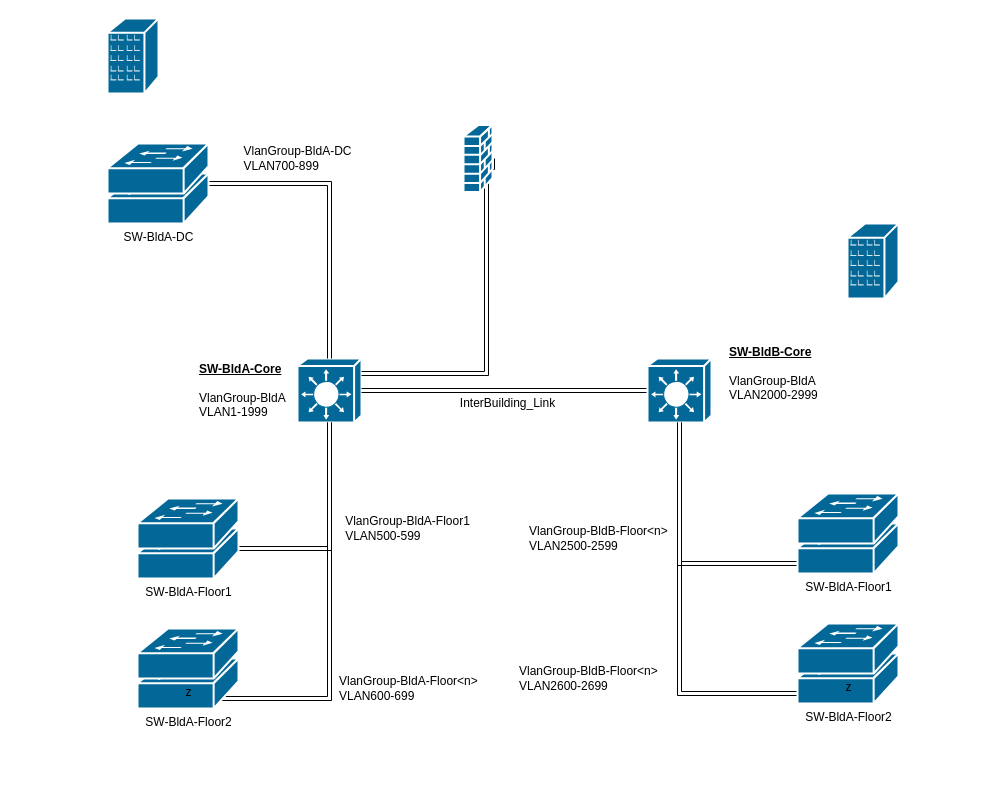
Before: Untitled Diagram.drawio in jcralbino/shared, a draw.io diagram. Source tidied: cells renumbered, new cells numbered last; positions are measured from the earlier drawing's top-left corner, leaving out a move shared by most shapes. Both pictures are drawn from the tidied source at 100%, with x=0, y=0 at pixel (107, 18).
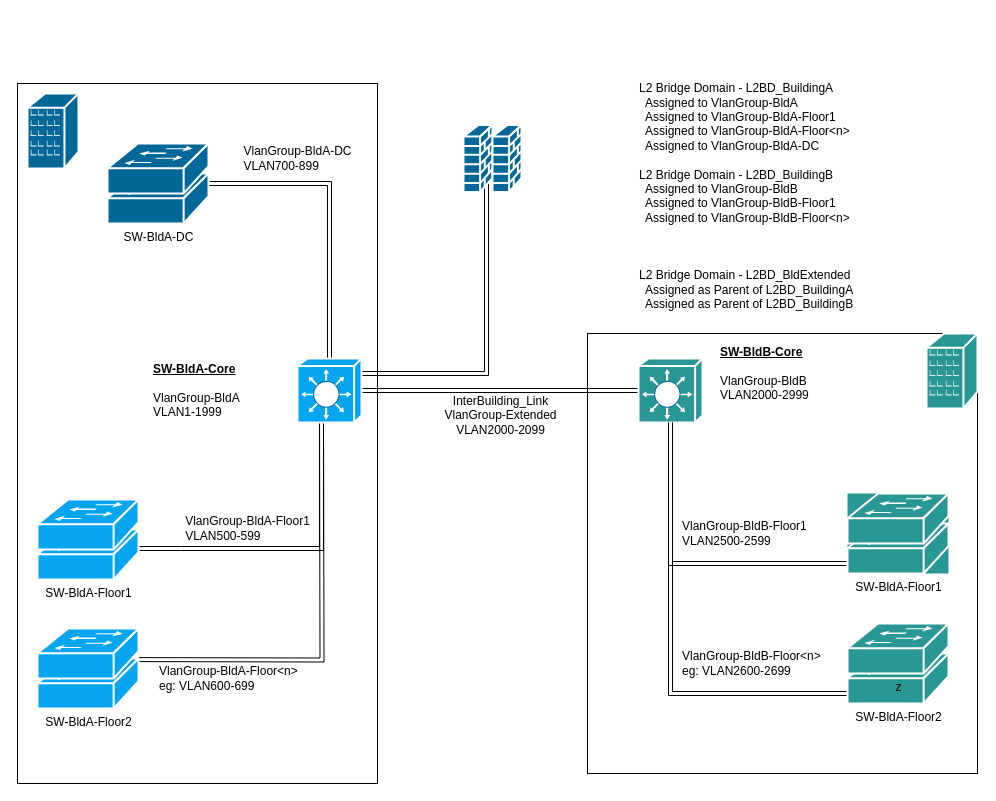
The same page after the edit.

What changed in the source:
```diff
@@
-    <mxCell id="2" style="shape=mxgraph.cisco.buildings.branch_office;sketch=0;html=1;dashed=0;fillColor=#036897;strokeColor=#ffffff;strokeWidth=2;verticalLabelPosition=bottom;verticalAlign=top;align=center;" parent="1" vertex="1">
-      <mxGeometry width="51" height="75" as="geometry" />
-    </mxCell>
-    <mxCell id="3" style="shape=mxgraph.cisco.buildings.branch_office;sketch=0;html=1;dashed=0;fillColor=#036897;strokeColor=#ffffff;strokeWidth=2;verticalLabelPosition=bottom;verticalAlign=top;align=center;" parent="1" vertex="1">
-      <mxGeometry x="740" y="205" width="51" height="75" as="geometry" />
-    </mxCell>
-    <mxCell id="4" style="shape=mxgraph.cisco.switches.layer_3_switch;sketch=0;html=1;dashed=0;fillColor=#036897;strokeColor=#ffffff;strokeWidth=2;verticalLabelPosition=bottom;verticalAlign=top;align=center;outlineConnect=0;" parent="1" vertex="1">
-      <mxGeometry x="190" y="340" width="64" height="64" as="geometry" />
-    </mxCell>
+    <mxCell id="37" style="whiteSpace=wrap;html=1;shadow=0;" parent="1" vertex="1">
+      <mxGeometry x="480" y="315" width="390" height="440" as="geometry" />
+    </mxCell>
+    <mxCell id="38" style="whiteSpace=wrap;html=1;" parent="1" vertex="1">
+      <mxGeometry x="-90" y="65" width="360" height="700" as="geometry" />
+    </mxCell>
-    <mxCell id="5" style="edgeStyle=orthogonalEdgeStyle;rounded=0;jettySize=auto;html=1;exitX=0.5;exitY=0.98;exitDx=0;exitDy=0;exitPerimeter=0;shape=link;" parent="1" edge="1" source="8" target="4">
+    <mxCell id="5" style="edgeStyle=orthogonalEdgeStyle;rounded=0;jettySize=auto;html=1;exitX=0.5;exitY=0.98;exitDx=0;exitDy=0;exitPerimeter=0;shape=link;" parent="1" edge="1" source="8">
       <mxGeometry relative="1" as="geometry">
+        <mxPoint x="214" y="404" as="targetPoint" />
         <Array as="points">
-          <mxPoint x="81" y="530" />
-          <mxPoint x="222" y="530" />
+          <mxPoint x="73" y="530" />
+          <mxPoint x="214" y="530" />
         </Array>
       </mxGeometry>
     </mxCell>
-    <mxCell id="6" style="group;" parent="1" vertex="1">
-      <mxGeometry x="30" y="480" width="101" height="80" as="geometry" />
+    <mxCell id="6" style="group;fillColor=#FFFFFF;" parent="1" vertex="1">
+      <mxGeometry x="-70" y="481" width="101" height="80" as="geometry" />
     </mxCell>
-    <mxCell id="7" value="SW-BldA-Floor1" style="shape=mxgraph.cisco.switches.workgroup_switch;sketch=0;html=1;dashed=0;fillColor=#036897;strokeColor=#ffffff;strokeWidth=2;verticalLabelPosition=bottom;verticalAlign=top;align=center;" parent="6" vertex="1">
+    <mxCell id="7" value="SW-BldA-Floor1" style="shape=mxgraph.cisco.switches.workgroup_switch;sketch=0;html=1;dashed=0;fillColor=#05A5F0;strokeColor=#ffffff;strokeWidth=2;verticalLabelPosition=bottom;verticalAlign=top;align=center;" parent="6" vertex="1">
       <mxGeometry y="30" width="101" height="50" as="geometry" />
     </mxCell>
-    <mxCell id="8" style="shape=mxgraph.cisco.switches.workgroup_switch;sketch=0;html=1;dashed=0;fillColor=#036897;strokeColor=#ffffff;strokeWidth=2;verticalLabelPosition=bottom;verticalAlign=top;align=center;outlineConnect=0;" parent="6" vertex="1">
+    <mxCell id="8" style="shape=mxgraph.cisco.switches.workgroup_switch;sketch=0;html=1;dashed=0;fillColor=#05A5F0;strokeColor=#ffffff;strokeWidth=2;verticalLabelPosition=bottom;verticalAlign=top;align=center;outlineConnect=0;" parent="6" vertex="1">
       <mxGeometry width="101" height="50" as="geometry" />
     </mxCell>
-    <mxCell id="9" style="edgeStyle=orthogonalEdgeStyle;shape=link;rounded=0;jettySize=auto;html=1;exitX=0.5;exitY=0.98;exitDx=0;exitDy=0;exitPerimeter=0;" parent="1" edge="1" source="12" target="4">
-      <mxGeometry relative="1" as="geometry" />
+    <mxCell id="9" style="edgeStyle=orthogonalEdgeStyle;shape=link;rounded=0;orthogonalLoop=1;jettySize=auto;html=1;exitX=0.5;exitY=0.98;exitDx=0;exitDy=0;exitPerimeter=0;" parent="1" edge="1">
+      <mxGeometry relative="1" as="geometry">
+        <mxPoint x="-19.5" y="641" as="sourcePoint" />
+        <mxPoint x="214" y="386" as="targetPoint" />
+      </mxGeometry>
     </mxCell>
-    <mxCell id="10" style="group;" parent="1" vertex="1">
-      <mxGeometry x="30" y="610" width="101" height="80" as="geometry" />
+    <mxCell id="10" style="group;fillColor=#FFFFFF;" parent="1" vertex="1">
+      <mxGeometry x="-70" y="610" width="101" height="80" as="geometry" />
     </mxCell>
-    <mxCell id="11" value="SW-BldA-Floor2" style="shape=mxgraph.cisco.switches.workgroup_switch;sketch=0;html=1;dashed=0;fillColor=#036897;strokeColor=#ffffff;strokeWidth=2;verticalLabelPosition=bottom;verticalAlign=top;align=center;" parent="10" vertex="1">
+    <mxCell id="11" value="SW-BldA-Floor2" style="shape=mxgraph.cisco.switches.workgroup_switch;sketch=0;html=1;dashed=0;fillColor=#05A5F0;strokeColor=#ffffff;strokeWidth=2;verticalLabelPosition=bottom;verticalAlign=top;align=center;" parent="10" vertex="1">
       <mxGeometry y="30" width="101" height="50" as="geometry" />
     </mxCell>
-    <mxCell id="12" value="z" style="shape=mxgraph.cisco.switches.workgroup_switch;sketch=0;html=1;dashed=0;fillColor=#036897;strokeColor=#ffffff;strokeWidth=2;verticalLabelPosition=bottom;verticalAlign=top;align=center;outlineConnect=0;" parent="10" vertex="1">
+    <mxCell id="12" style="shape=mxgraph.cisco.switches.workgroup_switch;sketch=0;html=1;dashed=0;fillColor=#05A5F0;strokeColor=#ffffff;strokeWidth=2;verticalLabelPosition=bottom;verticalAlign=top;align=center;outlineConnect=0;" parent="10" vertex="1">
       <mxGeometry width="101" height="50" as="geometry" />
     </mxCell>
@@
-    <mxCell id="16" style="shape=mxgraph.cisco.switches.layer_3_switch;sketch=0;html=1;dashed=0;fillColor=#036897;strokeColor=#ffffff;strokeWidth=2;verticalLabelPosition=bottom;verticalAlign=top;align=center;outlineConnect=0;" parent="1" vertex="1">
-      <mxGeometry x="540" y="340" width="64" height="64" as="geometry" />
+    <mxCell id="16" style="shape=mxgraph.cisco.switches.layer_3_switch;sketch=0;html=1;dashed=0;fillColor=#299793;strokeColor=#ffffff;strokeWidth=2;verticalLabelPosition=bottom;verticalAlign=top;align=center;outlineConnect=0;shadow=0;" parent="1" vertex="1">
+      <mxGeometry x="531" y="340" width="64" height="64" as="geometry" />
     </mxCell>
-    <mxCell id="17" style="edgeStyle=orthogonalEdgeStyle;shape=link;rounded=0;jettySize=auto;html=1;exitX=0.5;exitY=0.98;exitDx=0;exitDy=0;exitPerimeter=0;" parent="1" edge="1" source="20" target="16">
+    <mxCell id="17" style="edgeStyle=orthogonalEdgeStyle;shape=link;rounded=0;jettySize=auto;html=1;exitX=0.5;exitY=0.98;exitDx=0;exitDy=0;exitPerimeter=0;shadow=0;" parent="1" edge="1" source="20" target="16">
       <mxGeometry relative="1" as="geometry" />
     </mxCell>
-    <mxCell id="18" style="group;" parent="1" vertex="1">
-      <mxGeometry x="690" y="605" width="101" height="80" as="geometry" />
-    </mxCell>
-    <mxCell id="19" value="SW-BldA-Floor2" style="shape=mxgraph.cisco.switches.workgroup_switch;sketch=0;html=1;dashed=0;fillColor=#036897;strokeColor=#ffffff;strokeWidth=2;verticalLabelPosition=bottom;verticalAlign=top;align=center;" parent="18" vertex="1">
-      <mxGeometry y="30" width="101" height="50" as="geometry" />
-    </mxCell>
-    <mxCell id="20" value="z" style="shape=mxgraph.cisco.switches.workgroup_switch;sketch=0;html=1;dashed=0;fillColor=#036897;strokeColor=#ffffff;strokeWidth=2;verticalLabelPosition=bottom;verticalAlign=top;align=center;outlineConnect=0;" parent="18" vertex="1">
-      <mxGeometry width="101" height="50" as="geometry" />
-    </mxCell>
-    <mxCell id="21" style="edgeStyle=orthogonalEdgeStyle;shape=link;rounded=0;jettySize=auto;html=1;exitX=0.5;exitY=0.98;exitDx=0;exitDy=0;exitPerimeter=0;" parent="1" edge="1" source="24" target="16">
+    <mxCell id="21" style="edgeStyle=orthogonalEdgeStyle;shape=link;rounded=0;jettySize=auto;html=1;exitX=0.5;exitY=0.98;exitDx=0;exitDy=0;exitPerimeter=0;shadow=0;" parent="1" edge="1" source="24" target="16">
       <mxGeometry relative="1" as="geometry" />
     </mxCell>
-    <mxCell id="22" style="group;" parent="1" vertex="1">
-      <mxGeometry x="690" y="475" width="101" height="80" as="geometry" />
+    <mxCell id="22" style="group;shadow=0;fillColor=#299793;" parent="1" vertex="1">
+      <mxGeometry x="740" y="475" width="101" height="80" as="geometry" />
     </mxCell>
-    <mxCell id="23" value="SW-BldA-Floor1" style="shape=mxgraph.cisco.switches.workgroup_switch;sketch=0;html=1;dashed=0;fillColor=#036897;strokeColor=#ffffff;strokeWidth=2;verticalLabelPosition=bottom;verticalAlign=top;align=center;" parent="22" vertex="1">
+    <mxCell id="23" value="SW-BldA-Floor1" style="shape=mxgraph.cisco.switches.workgroup_switch;sketch=0;html=1;dashed=0;fillColor=#299793;strokeColor=#ffffff;strokeWidth=2;verticalLabelPosition=bottom;verticalAlign=top;align=center;shadow=0;" parent="22" vertex="1">
       <mxGeometry y="30" width="101" height="50" as="geometry" />
     </mxCell>
-    <mxCell id="24" style="shape=mxgraph.cisco.switches.workgroup_switch;sketch=0;html=1;dashed=0;fillColor=#036897;strokeColor=#ffffff;strokeWidth=2;verticalLabelPosition=bottom;verticalAlign=top;align=center;outlineConnect=0;" parent="22" vertex="1">
+    <mxCell id="24" style="shape=mxgraph.cisco.switches.workgroup_switch;sketch=0;html=1;dashed=0;fillColor=#299793;strokeColor=#ffffff;strokeWidth=2;verticalLabelPosition=bottom;verticalAlign=top;align=center;outlineConnect=0;shadow=0;" parent="22" vertex="1">
       <mxGeometry width="101" height="50" as="geometry" />
     </mxCell>
-    <mxCell id="25" value="&lt;div align=&quot;left&quot;&gt;VlanGroup-BldA-Floor&amp;lt;n&amp;gt;&lt;/div&gt;&lt;div align=&quot;left&quot;&gt;VLAN600-699&lt;br&gt;&lt;/div&gt;" style="text;html=1;align=left;verticalAlign=middle;strokeColor=none;fillColor=none;" parent="1" vertex="1">
-      <mxGeometry x="230" y="655" width="160" height="30" as="geometry" />
+    <mxCell id="25" value="&lt;div align=&quot;left&quot;&gt;VlanGroup-BldA-Floor&amp;lt;n&amp;gt;&lt;/div&gt;&lt;div align=&quot;left&quot;&gt;eg: VLAN600-699&lt;br&gt;&lt;/div&gt;" style="text;html=1;align=left;verticalAlign=middle;strokeColor=none;fillColor=none;" parent="1" vertex="1">
+      <mxGeometry x="50" y="645" width="160" height="30" as="geometry" />
     </mxCell>
     <mxCell id="26" value="&lt;div&gt;VlanGroup-BldA-Floor1&lt;/div&gt;&lt;div align=&quot;left&quot;&gt;VLAN500-599&lt;br&gt;&lt;/div&gt;" style="text;html=1;align=center;verticalAlign=middle;strokeColor=none;fillColor=none;" parent="1" vertex="1">
-      <mxGeometry x="230" y="495" width="140" height="30" as="geometry" />
+      <mxGeometry x="70" y="495" width="140" height="30" as="geometry" />
     </mxCell>
     <mxCell id="27" value="&lt;div align=&quot;left&quot;&gt;&lt;u&gt;&lt;b&gt;SW-BldA-Core&lt;/b&gt;&lt;/u&gt;&lt;/div&gt;&lt;div align=&quot;left&quot;&gt;&lt;br&gt;&lt;/div&gt;&lt;div align=&quot;left&quot;&gt;VlanGroup-BldA&lt;/div&gt;&lt;div align=&quot;left&quot;&gt;VLAN1-1999&lt;br&gt;&lt;/div&gt;" style="text;html=1;align=left;verticalAlign=middle;strokeColor=none;fillColor=none;" parent="1" vertex="1">
-      <mxGeometry x="90" y="342" width="100" height="60" as="geometry" />
+      <mxGeometry x="44" y="342" width="100" height="60" as="geometry" />
     </mxCell>
-    <mxCell id="28" value="&lt;div align=&quot;left&quot;&gt;VlanGroup-BldB-Floor&amp;lt;n&amp;gt;&lt;/div&gt;&lt;div align=&quot;left&quot;&gt;VLAN2600-2699&lt;br&gt;&lt;/div&gt;" style="text;html=1;align=left;verticalAlign=middle;strokeColor=none;fillColor=none;" parent="1" vertex="1">
-      <mxGeometry x="410" y="645" width="160" height="30" as="geometry" />
+    <mxCell id="28" value="&lt;div align=&quot;left&quot;&gt;VlanGroup-BldB-Floor&amp;lt;n&amp;gt;&lt;/div&gt;&lt;div align=&quot;left&quot;&gt;eg: VLAN2600-2699&lt;br&gt;&lt;/div&gt;" style="text;html=1;align=left;verticalAlign=middle;strokeColor=none;fillColor=none;shadow=0;" parent="1" vertex="1">
+      <mxGeometry x="573" y="630" width="160" height="30" as="geometry" />
     </mxCell>
-    <mxCell id="29" value="&lt;div align=&quot;left&quot;&gt;VlanGroup-BldB-Floor&amp;lt;n&amp;gt;&lt;/div&gt;&lt;div align=&quot;left&quot;&gt;VLAN2500-2599&lt;br&gt;&lt;/div&gt;" style="text;html=1;align=left;verticalAlign=middle;strokeColor=none;fillColor=none;" parent="1" vertex="1">
-      <mxGeometry x="420" y="505" width="160" height="30" as="geometry" />
+    <mxCell id="29" value="&lt;div align=&quot;left&quot;&gt;VlanGroup-BldB-Floor1&lt;/div&gt;&lt;div align=&quot;left&quot;&gt;VLAN2500-2599&lt;br&gt;&lt;/div&gt;" style="text;html=1;align=left;verticalAlign=middle;strokeColor=none;fillColor=none;shadow=0;" parent="1" vertex="1">
+      <mxGeometry x="573" y="500" width="140" height="30" as="geometry" />
     </mxCell>
-    <mxCell id="30" value="&lt;div align=&quot;left&quot;&gt;&lt;u&gt;&lt;b&gt;SW-BldB-Core&lt;/b&gt;&lt;/u&gt;&lt;/div&gt;&lt;div align=&quot;left&quot;&gt;&lt;br&gt;&lt;/div&gt;&lt;div align=&quot;left&quot;&gt;VlanGroup-BldA&lt;/div&gt;&lt;div align=&quot;left&quot;&gt;VLAN2000-2999&lt;br&gt;&lt;/div&gt;" style="text;html=1;align=left;verticalAlign=middle;strokeColor=none;fillColor=none;" parent="1" vertex="1">
-      <mxGeometry x="620" y="325" width="110" height="60" as="geometry" />
+    <mxCell id="30" value="&lt;div align=&quot;left&quot;&gt;&lt;u&gt;&lt;b&gt;SW-BldB-Core&lt;/b&gt;&lt;/u&gt;&lt;/div&gt;&lt;div align=&quot;left&quot;&gt;&lt;br&gt;&lt;/div&gt;&lt;div align=&quot;left&quot;&gt;VlanGroup-BldB&lt;/div&gt;&lt;div align=&quot;left&quot;&gt;VLAN2000-2999&lt;br&gt;&lt;/div&gt;" style="text;html=1;align=left;verticalAlign=middle;strokeColor=none;fillColor=none;shadow=0;" parent="1" vertex="1">
+      <mxGeometry x="611" y="325" width="110" height="60" as="geometry" />
     </mxCell>
@@
-    <mxCell id="36" value="InterBuilding_Link" style="text;html=1;align=center;verticalAlign=middle;strokeColor=none;fillColor=none;" parent="1" vertex="1">
-      <mxGeometry x="345" y="375" width="110" height="20" as="geometry" />
+    <mxCell id="36" value="&lt;div&gt;InterBuilding_Link&lt;/div&gt;&lt;div&gt;VlanGroup-Extended&lt;/div&gt;&lt;div&gt;VLAN2000-2099&lt;br&gt;&lt;/div&gt;" style="text;html=1;align=center;verticalAlign=middle;strokeColor=none;fillColor=none;" parent="1" vertex="1">
+      <mxGeometry x="328" y="372" width="130" height="50" as="geometry" />
     </mxCell>
+    <mxCell id="39" style="shape=mxgraph.cisco.buildings.branch_office;sketch=0;html=1;dashed=0;fillColor=#036897;strokeColor=#ffffff;strokeWidth=2;verticalLabelPosition=bottom;verticalAlign=top;align=center;" parent="1" vertex="1">
+      <mxGeometry x="-80" y="75" width="51" height="75" as="geometry" />
+    </mxCell>
+    <mxCell id="40" style="shape=mxgraph.cisco.security.firewall;sketch=0;html=1;dashed=0;fillColor=#036897;strokeColor=#ffffff;strokeWidth=2;verticalLabelPosition=bottom;verticalAlign=top;align=center;" parent="1" vertex="1">
+      <mxGeometry x="385" y="106.5" width="29" height="67" as="geometry" />
+    </mxCell>
+    <mxCell id="19" value="SW-BldA-Floor2" style="shape=mxgraph.cisco.switches.workgroup_switch;sketch=0;html=1;dashed=0;fillColor=#299793;strokeColor=#ffffff;strokeWidth=2;verticalLabelPosition=bottom;verticalAlign=top;align=center;shadow=0;" parent="1" vertex="1">
+      <mxGeometry x="740" y="635" width="101" height="50" as="geometry" />
+    </mxCell>
+    <mxCell id="20" value="z" style="shape=mxgraph.cisco.switches.workgroup_switch;sketch=0;html=1;dashed=0;fillColor=#299793;strokeColor=#ffffff;strokeWidth=2;verticalLabelPosition=bottom;verticalAlign=top;align=center;outlineConnect=0;shadow=0;" parent="1" vertex="1">
+      <mxGeometry x="740" y="605" width="101" height="50" as="geometry" />
+    </mxCell>
+    <mxCell id="3" style="shape=mxgraph.cisco.buildings.branch_office;sketch=0;html=1;dashed=0;fillColor=#299793;strokeColor=#ffffff;strokeWidth=2;verticalLabelPosition=bottom;verticalAlign=top;align=center;shadow=0;" parent="1" vertex="1">
+      <mxGeometry x="819" y="315" width="51" height="75" as="geometry" />
+    </mxCell>
+    <mxCell id="41" value="&lt;div align=&quot;left&quot;&gt;L2 Bridge Domain - L2BD_BuildingA &lt;br&gt;&lt;/div&gt;&lt;div align=&quot;left&quot;&gt;&amp;nbsp; Assigned to VlanGroup-BldA&lt;/div&gt;&lt;div align=&quot;left&quot;&gt;&amp;nbsp; Assigned to VlanGroup-BldA-Floor1&lt;/div&gt;&lt;div align=&quot;left&quot;&gt;&amp;nbsp; Assigned to VlanGroup-BldA-Floor&amp;lt;n&amp;gt;&lt;/div&gt;&lt;div align=&quot;left&quot;&gt;&amp;nbsp; Assigned to VlanGroup-BldA-DC&lt;/div&gt;&lt;div align=&quot;left&quot;&gt;&amp;nbsp; &lt;br&gt;&lt;/div&gt;&lt;div align=&quot;left&quot;&gt;&lt;div align=&quot;left&quot;&gt;L2 Bridge Domain - L2BD_BuildingB&lt;br&gt;&lt;/div&gt;&lt;div align=&quot;left&quot;&gt;&lt;div align=&quot;left&quot;&gt;&amp;nbsp; Assigned to VlanGroup-BldB&lt;/div&gt;&lt;div align=&quot;left&quot;&gt;&amp;nbsp; Assigned to VlanGroup-BldB-Floor1&lt;/div&gt;&lt;div align=&quot;left&quot;&gt;&amp;nbsp; Assigned to VlanGroup-BldB-Floor&amp;lt;n&amp;gt;&lt;/div&gt;&lt;div align=&quot;left&quot;&gt;&lt;br&gt;&lt;/div&gt;&lt;div align=&quot;left&quot;&gt;&lt;br&gt;&lt;/div&gt;&lt;div align=&quot;left&quot;&gt;&lt;br&gt;&lt;/div&gt;&lt;div align=&quot;left&quot;&gt;L2 Bridge Domain - L2BD_BldExtended&lt;/div&gt;&lt;div align=&quot;left&quot;&gt;&amp;nbsp; Assigned as Parent of L2BD_BuildingA&lt;/div&gt;&lt;div align=&quot;left&quot;&gt;&amp;nbsp; Assigned as Parent of L2BD_BuildingB&lt;/div&gt;&lt;/div&gt;&lt;div align=&quot;left&quot;&gt;&lt;br&gt;&lt;/div&gt;&lt;/div&gt;" style="whiteSpace=wrap;html=1;shadow=0;strokeColor=default;strokeWidth=5;fillColor=#FFFFFF;gradientColor=#ffffff;opacity=0;align=left;" parent="1" vertex="1">
+      <mxGeometry x="530" y="65" width="280" height="240" as="geometry" />
+    </mxCell>
+    <mxCell id="4" style="shape=mxgraph.cisco.switches.layer_3_switch;sketch=0;html=1;dashed=0;fillColor=#05A5F0;strokeColor=#ffffff;strokeWidth=2;verticalLabelPosition=bottom;verticalAlign=top;align=center;outlineConnect=0;" parent="1" vertex="1">
+      <mxGeometry x="190" y="340" width="64" height="64" as="geometry" />
+    </mxCell>
```
